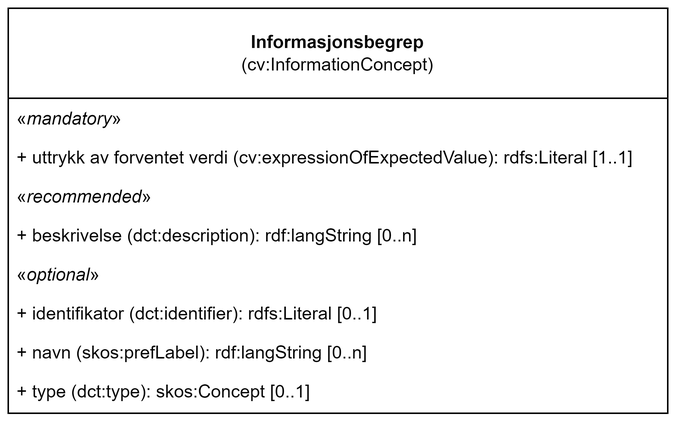
Earlier version of the draw.io export docs/images/KlassenInformasjonsbegrep.png (Informasjonsforvaltning/cccev-ap-no). Source tidied: cells renumbered, new cells last; positions are measured from the earlier drawing's top-left corner, leaving out a move shared by most shapes.
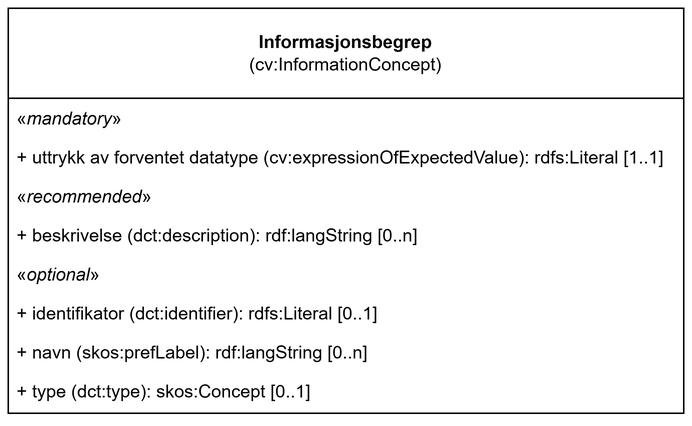
The same diagram one commit later.

Commit message:
"forventet verdi" -> "forventet datatype"

The edit, as a diff of the source:
```diff
@@ -3,31 +3,31 @@
     <mxCell id="0" />
     <mxCell id="1" parent="0" />
     <mxCell id="2" value="&lt;b style=&quot;border-color: var(--border-color);&quot;&gt;Informasjonsbegrep&lt;/b&gt;&lt;br style=&quot;border-color: var(--border-color);&quot;&gt;(cv:InformationConcept)" style="swimlane;fontStyle=0;horizontal=1;startSize=60;fillColor=none;whiteSpace=wrap;html=1;" parent="1" vertex="1">
-      <mxGeometry width="440" height="270" as="geometry" />
+      <mxGeometry width="450" height="270" as="geometry" />
     </mxCell>
     <mxCell id="3" value="«&lt;i&gt;mandatory&lt;/i&gt;»" style="text;strokeColor=none;fillColor=none;align=left;verticalAlign=top;spacingLeft=4;spacingRight=4;overflow=hidden;whiteSpace=wrap;html=1;" parent="2" vertex="1">
-      <mxGeometry y="60" width="440" height="26" as="geometry" />
+      <mxGeometry y="60" width="450" height="26" as="geometry" />
     </mxCell>
-    <mxCell id="4" value="+ uttrykk av forventet verdi (cv:expressionOfExpectedValue): rdfs:Literal [1..1]" style="text;strokeColor=none;fillColor=none;align=left;verticalAlign=top;spacingLeft=4;spacingRight=4;overflow=hidden;whiteSpace=wrap;html=1;" parent="2" vertex="1">
-      <mxGeometry y="86" width="440" height="26" as="geometry" />
+    <mxCell id="4" value="+ uttrykk av forventet datatype (cv:expressionOfExpectedValue): rdfs:Literal [1..1]" style="text;strokeColor=none;fillColor=none;align=left;verticalAlign=top;spacingLeft=4;spacingRight=4;overflow=hidden;whiteSpace=wrap;html=1;" parent="2" vertex="1">
+      <mxGeometry y="86" width="450" height="26" as="geometry" />
     </mxCell>
     <mxCell id="5" value="«&lt;i&gt;recommended&lt;/i&gt;»" style="text;strokeColor=none;fillColor=none;align=left;verticalAlign=top;spacingLeft=4;spacingRight=4;overflow=hidden;whiteSpace=wrap;html=1;" parent="2" vertex="1">
-      <mxGeometry y="112" width="440" height="26" as="geometry" />
+      <mxGeometry y="112" width="450" height="26" as="geometry" />
     </mxCell>
     <mxCell id="6" value="+ beskrivelse (dct:description): rdf:langString [0..n]" style="text;strokeColor=none;fillColor=none;align=left;verticalAlign=top;spacingLeft=4;spacingRight=4;overflow=hidden;whiteSpace=wrap;html=1;" parent="2" vertex="1">
-      <mxGeometry y="138" width="440" height="26" as="geometry" />
+      <mxGeometry y="138" width="450" height="26" as="geometry" />
     </mxCell>
     <mxCell id="7" value="«&lt;i&gt;optional&lt;/i&gt;»" style="text;strokeColor=none;fillColor=none;align=left;verticalAlign=top;spacingLeft=4;spacingRight=4;overflow=hidden;whiteSpace=wrap;html=1;" parent="2" vertex="1">
-      <mxGeometry y="164" width="440" height="26" as="geometry" />
+      <mxGeometry y="164" width="450" height="26" as="geometry" />
     </mxCell>
     <mxCell id="8" value="+ identifikator (dct:identifier): rdfs:Literal [0..1]" style="text;strokeColor=none;fillColor=none;align=left;verticalAlign=top;spacingLeft=4;spacingRight=4;overflow=hidden;whiteSpace=wrap;html=1;" parent="2" vertex="1">
-      <mxGeometry y="190" width="440" height="26" as="geometry" />
+      <mxGeometry y="190" width="450" height="26" as="geometry" />
     </mxCell>
     <mxCell id="9" value="+ navn (skos:prefLabel): rdf:langString [0..n]" style="text;strokeColor=none;fillColor=none;align=left;verticalAlign=top;spacingLeft=4;spacingRight=4;overflow=hidden;whiteSpace=wrap;html=1;" parent="2" vertex="1">
-      <mxGeometry y="216" width="440" height="26" as="geometry" />
+      <mxGeometry y="216" width="450" height="26" as="geometry" />
     </mxCell>
     <mxCell id="10" value="+ type (dct:type): skos:Concept [0..1]" style="text;strokeColor=none;fillColor=none;align=left;verticalAlign=top;spacingLeft=4;spacingRight=4;overflow=hidden;whiteSpace=wrap;html=1;" parent="2" vertex="1">
-      <mxGeometry y="242" width="440" height="28" as="geometry" />
+      <mxGeometry y="242" width="450" height="28" as="geometry" />
     </mxCell>
   </root>
 </mxGraphModel>
```
